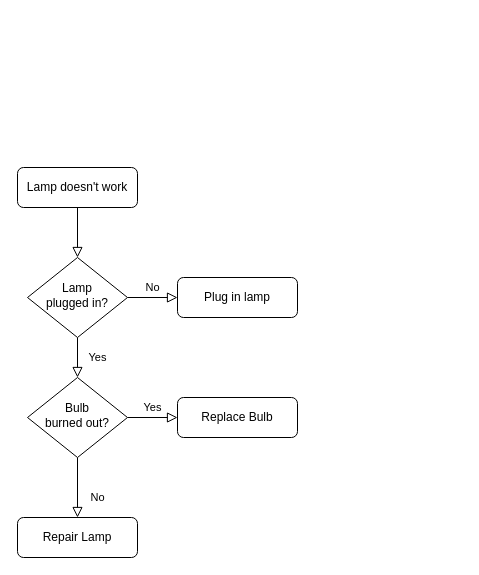
Above: 未命名绘图.drawio in vegec/drawio (draw.io), before the change. Source tidied: cells renumbered, new cells numbered last; positions are measured from the earlier drawing's top-left corner, leaving out a move shared by most shapes. Both pictures are drawn from the tidied source at 100%, with x=0, y=0 at pixel (17, 167).
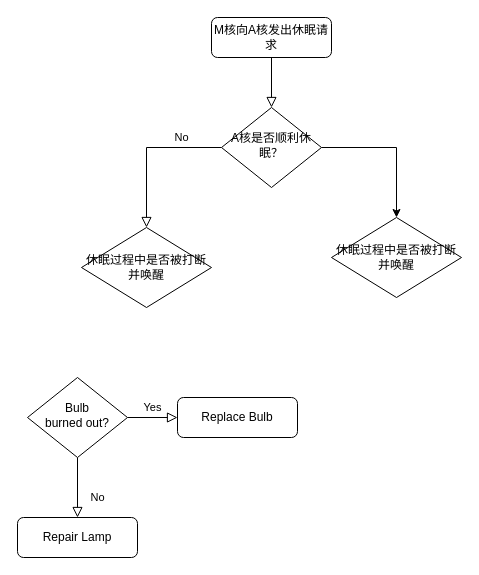
The same page after the edit.

Commit message:
休眠唤醒场景绘图.drawio

The edit, as a diff of the source:
```diff
@@
 <mxGraphModel>
   <root>
     <mxCell id="0" />
     <mxCell id="1" parent="0" />
     <mxCell id="2" style="rounded=0;html=1;jettySize=auto;fontSize=11;endArrow=block;endFill=0;endSize=8;strokeWidth=1;shadow=0;labelBackgroundColor=none;edgeStyle=orthogonalEdgeStyle;" parent="1" edge="1" source="3" target="6">
       <mxGeometry relative="1" as="geometry" />
     </mxCell>
-    <mxCell id="3" value="Lamp doesn't work" style="rounded=1;whiteSpace=wrap;html=1;fontSize=12;glass=0;strokeWidth=1;shadow=0;" parent="1" vertex="1">
-      <mxGeometry width="120" height="40" as="geometry" />
+    <mxCell id="3" value="M核向A核发出休眠请求" style="rounded=1;whiteSpace=wrap;html=1;fontSize=12;glass=0;strokeWidth=1;shadow=0;" parent="1" vertex="1">
+      <mxGeometry x="194" y="-150" width="120" height="40" as="geometry" />
     </mxCell>
-    <mxCell id="4" value="Yes" style="rounded=0;html=1;jettySize=auto;fontSize=11;endArrow=block;endFill=0;endSize=8;strokeWidth=1;shadow=0;labelBackgroundColor=none;edgeStyle=orthogonalEdgeStyle;" parent="1" edge="1" source="6" target="10">
-      <mxGeometry y="20" relative="1" as="geometry" />
-    </mxCell>
-    <mxCell id="5" value="No" style="edgeStyle=orthogonalEdgeStyle;rounded=0;html=1;jettySize=auto;fontSize=11;endArrow=block;endFill=0;endSize=8;strokeWidth=1;shadow=0;labelBackgroundColor=none;" parent="1" edge="1" source="6" target="7">
-      <mxGeometry y="10" relative="1" as="geometry" />
+    <mxCell id="5" value="No" style="edgeStyle=orthogonalEdgeStyle;rounded=0;html=1;jettySize=auto;fontSize=11;endArrow=block;endFill=0;endSize=8;strokeWidth=1;shadow=0;labelBackgroundColor=none;entryX=0.5;entryY=0;entryDx=0;entryDy=0;" parent="1" edge="1" source="6" target="14">
+      <mxGeometry x="-0.48" y="-10" relative="1" as="geometry" />
     </mxCell>
+    <mxCell id="13" style="edgeStyle=orthogonalEdgeStyle;rounded=0;jettySize=auto;html=1;exitX=1;exitY=0.5;exitDx=0;exitDy=0;entryX=0.5;entryY=0;entryDx=0;entryDy=0;" parent="1" edge="1" source="6" target="15">
+      <mxGeometry relative="1" as="geometry" />
+    </mxCell>
-    <mxCell id="6" value="Lamp&lt;br&gt;plugged in?" style="rhombus;whiteSpace=wrap;html=1;shadow=0;fontFamily=Helvetica;fontSize=12;align=center;strokeWidth=1;spacing=6;spacingTop=-4;" parent="1" vertex="1">
-      <mxGeometry x="10" y="90" width="100" height="80" as="geometry" />
+    <mxCell id="6" value="A核是否顺利休眠？" style="rhombus;whiteSpace=wrap;html=1;shadow=0;fontFamily=Helvetica;fontSize=12;align=center;strokeWidth=1;spacing=6;spacingTop=-4;" parent="1" vertex="1">
+      <mxGeometry x="204" y="-60" width="100" height="80" as="geometry" />
     </mxCell>
-    <mxCell id="7" value="Plug in lamp" style="rounded=1;whiteSpace=wrap;html=1;fontSize=12;glass=0;strokeWidth=1;shadow=0;" parent="1" vertex="1">
-      <mxGeometry x="160" y="110" width="120" height="40" as="geometry" />
-    </mxCell>
     <mxCell id="8" value="No" style="rounded=0;html=1;jettySize=auto;fontSize=11;endArrow=block;endFill=0;endSize=8;strokeWidth=1;shadow=0;labelBackgroundColor=none;edgeStyle=orthogonalEdgeStyle;" parent="1" edge="1" source="10" target="11">
       <mxGeometry x="0.33" y="20" relative="1" as="geometry" />
     </mxCell>
     <mxCell id="9" value="Yes" style="edgeStyle=orthogonalEdgeStyle;rounded=0;html=1;jettySize=auto;fontSize=11;endArrow=block;endFill=0;endSize=8;strokeWidth=1;shadow=0;labelBackgroundColor=none;" parent="1" edge="1" source="10" target="12">
       <mxGeometry y="10" relative="1" as="geometry" />
     </mxCell>
     <mxCell id="10" value="Bulb&lt;br&gt;burned out?" style="rhombus;whiteSpace=wrap;html=1;shadow=0;fontFamily=Helvetica;fontSize=12;align=center;strokeWidth=1;spacing=6;spacingTop=-4;" parent="1" vertex="1">
       <mxGeometry x="10" y="210" width="100" height="80" as="geometry" />
     </mxCell>
     <mxCell id="11" value="Repair Lamp" style="rounded=1;whiteSpace=wrap;html=1;fontSize=12;glass=0;strokeWidth=1;shadow=0;" parent="1" vertex="1">
       <mxGeometry y="350" width="120" height="40" as="geometry" />
     </mxCell>
     <mxCell id="12" value="Replace Bulb" style="rounded=1;whiteSpace=wrap;html=1;fontSize=12;glass=0;strokeWidth=1;shadow=0;" parent="1" vertex="1">
       <mxGeometry x="160" y="230" width="120" height="40" as="geometry" />
     </mxCell>
+    <mxCell id="14" value="休眠过程中是否被打断并唤醒" style="rhombus;whiteSpace=wrap;html=1;" parent="1" vertex="1">
+      <mxGeometry x="64" y="60" width="130" height="80" as="geometry" />
+    </mxCell>
+    <mxCell id="15" value="休眠过程中是否被打断并唤醒" style="rhombus;whiteSpace=wrap;html=1;" parent="1" vertex="1">
+      <mxGeometry x="314" y="50" width="130" height="80" as="geometry" />
+    </mxCell>
   </root>
 </mxGraphModel>
```
